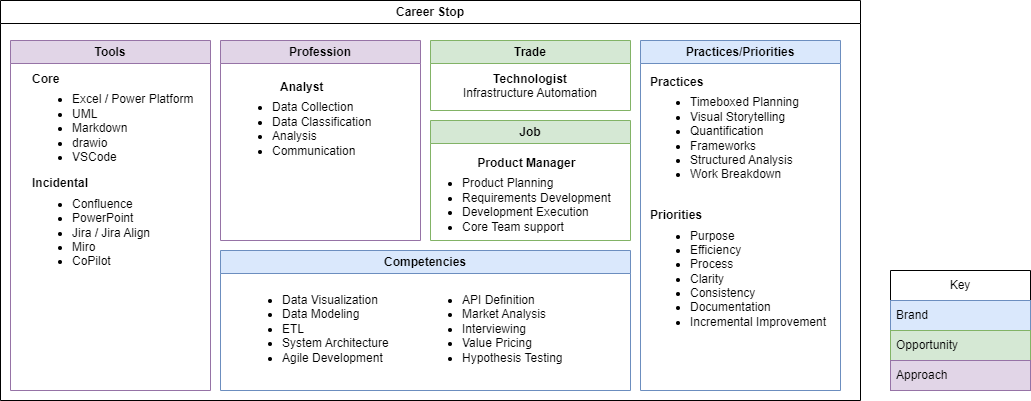
Before: images/careerstop-pdm.drawio.png, a diagram exported from draw.io (pgaljan/pgaljan.github.io). Source tidied: cells renumbered, new cells last; positions are measured from the earlier drawing's top-left corner, leaving out a move shared by most shapes.
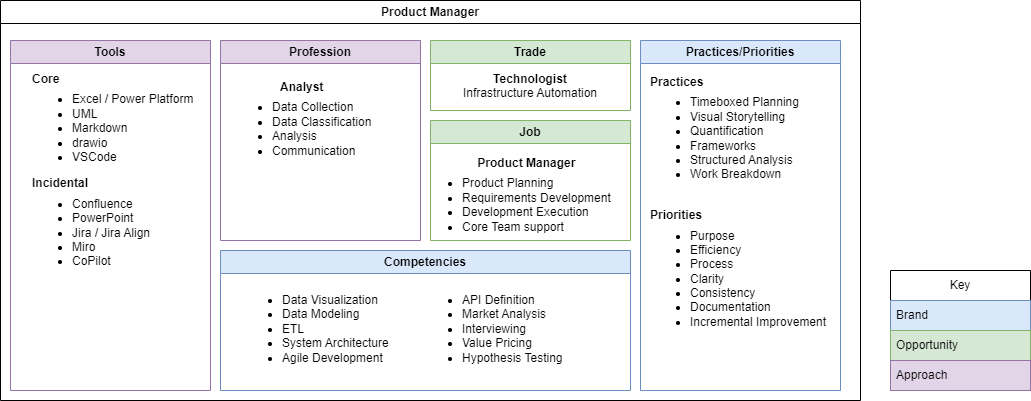
The same file after the commit.

Commit message:
career examples

Change to the diagram source:
```diff
@@ -2,7 +2,7 @@
   <root>
     <mxCell id="0" />
     <mxCell id="1" parent="0" />
-    <mxCell id="2" value="Career Stop" style="swimlane;whiteSpace=wrap;html=1;" parent="1" vertex="1">
+    <mxCell id="2" value="Product Manager" style="swimlane;whiteSpace=wrap;html=1;" parent="1" vertex="1">
       <mxGeometry width="860" height="400" as="geometry" />
     </mxCell>
     <mxCell id="3" value="Tools" style="swimlane;whiteSpace=wrap;html=1;fillColor=#e1d5e7;strokeColor=#9673a6;" parent="2" vertex="1">
```
